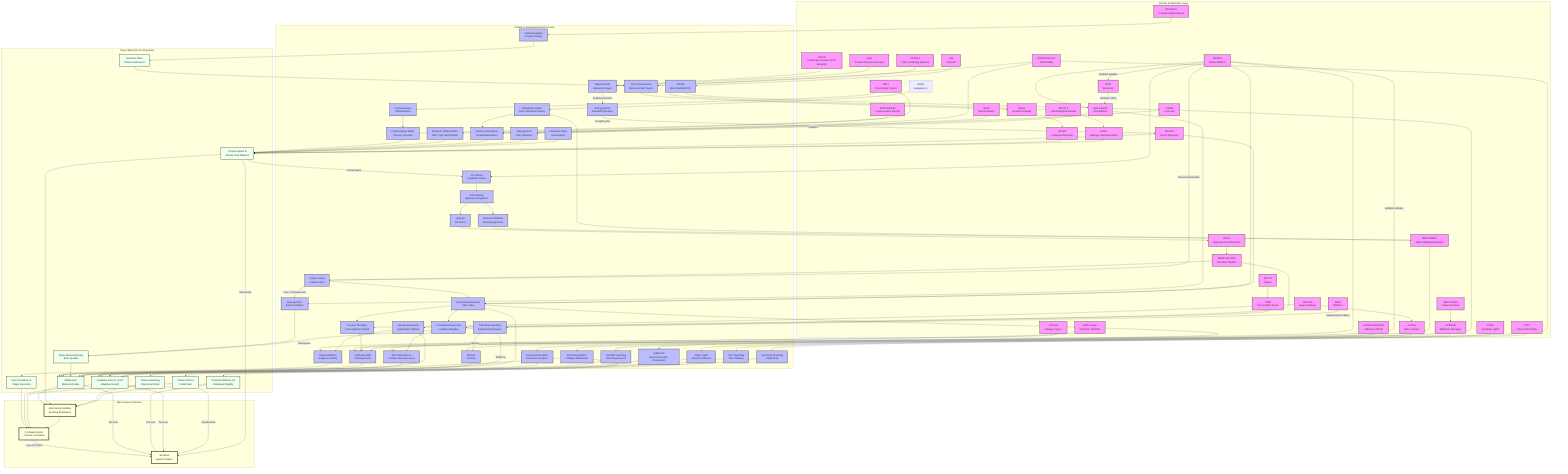
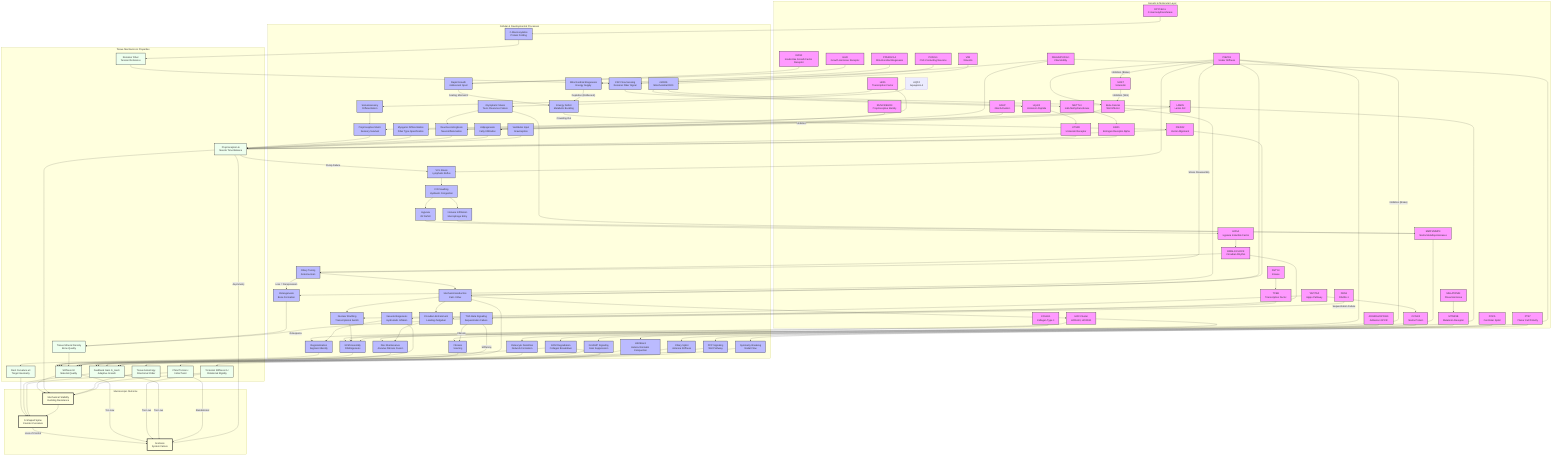
graph TD
    %% Subgraphs for Organization
    subgraph Genetics [Genetic & Molecular Layer]
        HOX[HOX Cluster<br/>HOXA10, HOXD11]
        COL[COL2A1<br/>Collagen Type II]
        PIEZO1[PIEZO1<br/>Scalar Stiffness]
        PIEZO2[PIEZO2<br/>Vector Alignment]
        CILIA[DNAH5/PKD1L1<br/>Cilia Motility]
        LBX1[LBX1<br/>Transcription Factor]
        ADGRG6[ADGRG6/GPR126<br/>Adhesion GPCR]
        PTK7[PTK7<br/>Planar Cell Polarity]
        YAP[YAP/TAZ<br/>Hippo Pathway]
        PKD2L1[PKD2L1<br/>CSF-Contacting Neurons]
        MMP[MMP1/MMP3<br/>Matrix Metalloproteinases]
        URP[Urp1/2<br/>Urotensin Peptide]
        UTS2R[UTS2R<br/>Urotensin Receptor]
        GFAP[GFAP<br/>Glial Activation]
        VIM[VIM<br/>Vimentin]
        LAMIN[LAMIN<br/>Lamin A/C]
        BMAL1[BMAL1/CLOCK<br/>Circadian Rhythm]
        RUNX3[RUNX3/EGR3<br/>Proprioceptive Identity]
        METTL3[METTL3<br/>m6A Methyltransferase]
        ESR1[ESR1<br/>Estrogen Receptor Alpha]
        AQP4[AQP4<br/>Aquaporin-4]
        MELATONIN[MELATONIN<br/>Pineal Hormone]
        MT2[MTNR1B<br/>Melatonin Receptor]
        HIF1A[HIF1A<br/>Hypoxia Inducible Factor]
        POC5[POC5<br/>Centriolar Splint]
        DSTYK[DSTYK<br/>Kinase]
        TFEB[TFEB<br/>Transcription Factor]
        Beta_Catenin[Beta-Catenin<br/>Wnt Effector]
        DPY19L1L[DPY19L1L<br/>C-mannosyltransferase]
        IGF1R[IGF1R<br/>Insulin-like Growth Factor Receptor]
        GHR[GHR<br/>Growth Hormone Receptor]
        SOST[SOST<br/>Sclerostin]
        FBN1[FBN1<br/>Fibrillin-1]
        CCN[CCN1/2<br/>Matrix Protein]
+         PPARGC1A[PPARGC1A<br/>Mitochondrial Biogenesis]
    end

    subgraph Processes [Cellular & Developmental Processes]
        Astrogliosis[Reactive Astrogliosis<br/>Neuroinflammation]
        Region[Regionalization<br/>Segment Identity]
        ECM_Assembly[ECM Assembly<br/>Fibrillogenesis]
        Nucl_Shuttle[Nuclear Shuttling<br/>Transcriptional Switch]
        Mech_Trans[Mechanotransduction<br/>Ca2+ Influx]
        Sym_Break[Symmetry Breaking<br/>Nodal Flow]
        CSF_Sensing[CSF Flow Sensing<br/>Reissner Fiber Signal]
        Neur_Diff[Somatosensory<br/>Differentiation]
        Muscle_Diff[Myogenic Differentiation<br/>Fiber Type Specification]
        Disc_Maint[Disc Maintenance<br/>Annulus Fibrosis Fusion]
        PCP_Sig[PCP Signaling<br/>Wnt Pathway]
        Degradation[ECM Degradation<br/>Collagen Breakdown]
        mtROS[mtROS<br/>Mitochondrial ROS]
        Adipogenesis[Adipogenesis<br/>Fatty Infiltration]
        Hydraulic_Congestion[IVD Swelling<br/>Hydraulic Congestion]
        Immune_Infilt[Immune Infiltration<br/>Macrophage Entry]
        Circadian_Entrain[Circadian Entrainment<br/>Loading Zeitgeber]
        Proprio_Maint[Proprioceptive Maint.<br/>Sensory Survival]
        H3K9me3[H3K9me3<br/>Heterochromatin Compaction]
        VCL_Stasis[VCL Stasis<br/>Lymphatic Reflux]
        Glymphatic_Stasis[Glymphatic Stasis<br/>Toxic Clearance Failure]
        Vestibular_Input[Vestibular Input<br/>Graviception]
        Gi_cAMP[Gi/cAMP Signaling<br/>Gain Suppression]
        Ciliary_Tuning[Ciliary Tuning<br/>Antenna Gain]
        Hypoxia[Hypoxia<br/>O2 Deficit]
        Osteogenesis[Osteogenesis<br/>Bone Formation]
        Ciliary_Splint[Ciliary Splint<br/>Antenna Stiffness]
        Vacuole_Biogenesis[Vacuole Biogenesis<br/>Hydrostatic Inflation]
        C_Mannosylation[C-Mannosylation<br/>Protein Folding]
        Rapid_Growth[Rapid Growth<br/>Adolescent Spurt]
        Energy_Deficit[Energy Deficit<br/>Metabolic Buckling]
+         mtBiogenesis[Mitochondrial Biogenesis<br/>Energy Supply]
        Fibrosis[Fibrosis<br/>Scarring]
        TGFB[TGF-Beta Signaling<br/>Sequestration Failure]
        Osteocyte_Dendrite[Osteocyte Dendrites<br/>Network Formation]
    end

    subgraph Tissue [Tissue Mechanics & Properties]
        Rest_Kappa[Rest Curvature κ0<br/>Target Geometry]
        Stiffness[Stiffness EI<br/>Material Quality]
        Torsional_Stiffness[Torsional Stiffness GJ<br/>Rotational Rigidity]
        Gain[Feedback Gain G_mech<br/>Adaptive Growth]
        Torsion[Chiral Torsion ε<br/>Initial Twist]
        Muscle_Tone[Proprioception &<br/>Muscle Tone Balance]
        Anisotropy[Tissue Anisotropy<br/>Directional Order]
        TMD[Tissue Mineral Density<br/>Bone Quality]
        Reissner_Fiber[Reissner Fiber<br/>Tension Reference]
    end

    subgraph Outcome [Macroscopic Outcome]
        S_Curve[S-Shaped Spine<br/>Counter-Curvature]
        Stability[Mechanical Stability<br/>Buckling Resistance]
        Scoliosis[Scoliosis<br/>System Failure]
    end

    %% Connections
    HOX --> Region
    Region --> Rest_Kappa
    Rest_Kappa --> S_Curve

    COL --> ECM_Assembly
    ECM_Assembly --> Stiffness
    Stiffness --> Stability

    PIEZO1 --> Mech_Trans
    PIEZO2 --> Mech_Trans
    Mech_Trans --> Gain
    Gain --> S_Curve

    %% NEW ARC: Piezo Duality (Vector-Scalar Mismatch)
    PIEZO1 --> ECM_Assembly
    PIEZO2 --> Muscle_Tone

    CILIA --> Sym_Break
    Sym_Break --> Torsion
    Torsion --> S_Curve

    LBX1 --> Neur_Diff
    LBX1 --> Muscle_Diff
    Neur_Diff --> Proprio_Maint
    Proprio_Maint --> Muscle_Tone
    Muscle_Diff --> Muscle_Tone
    Muscle_Tone --> Stability

    %% NEW ARC: Proprioceptive Maintenance
    RUNX3 --> Proprio_Maint

    %% NEW ARC: ADGRG6
    ADGRG6 --> Disc_Maint
    Disc_Maint --> Stiffness

    %% NEW ARC: PTK7
    PTK7 --> PCP_Sig
    PCP_Sig --> Anisotropy
    Anisotropy --> Stability

    %% NEW ARC: YAP/TAZ
    YAP --> Nucl_Shuttle
    Nucl_Shuttle --> ECM_Assembly
    Mech_Trans --> Nucl_Shuttle

    %% NEW ARC: Osteocyte Dendrite Cost Mechanism (Hu et al. 2025)
    YAP --> CCN
    CCN --> Osteocyte_Dendrite
    Osteocyte_Dendrite --> Gain

    %% NEW ARC: CSF/Reissner Fiber
    CILIA --> CSF_Sensing
    PKD2L1 --> CSF_Sensing
    CSF_Sensing --> URP
    URP --> UTS2R
    UTS2R --> Muscle_Tone

    %% NEW ARC: MMP Degradation
    MMP --> Degradation
    Degradation --> Stiffness

    %% NEW ARC: Neuro-Inflammatory Pathway
    CILIA --> Astrogliosis
    GFAP --> Astrogliosis
    Astrogliosis --> Muscle_Tone

    %% NEW ARC: Vimentin Metabolic Switch
    VIM --> mtROS
    mtROS --> LAMIN
    LAMIN --> Adipogenesis
    Adipogenesis --> Muscle_Tone

    %% NEW ARC: Inflamed Torsion
    Hydraulic_Congestion --> Immune_Infilt
    Immune_Infilt --> MMP
    Degradation --> Torsional_Stiffness
    Torsional_Stiffness --> Stability

    %% NEW ARC: Glymphatic Stasis
    AQP4 --> Glymphatic_Stasis
    Glymphatic_Stasis --> Astrogliosis

    %% NEW ARC: Glymphatic-MMP Axis (Chen et al., 2025)
    Glymphatic_Stasis --> MMP

    %% NEW ARC: Melatonin Gain Control
    MELATONIN --> MT2
    MT2 --> Gi_cAMP
    Gi_cAMP --> Gain

    %% NEW ARC: Vestibular Asymmetry
    Vestibular_Input --> Muscle_Tone

    %% Cross-Talk and Failures
    Stability --> S_Curve
    S_Curve -- "Loss of Control" --> Scoliosis
    Stiffness -- "Too Low" --> Scoliosis
    Torsional_Stiffness -- "Too Low" --> Scoliosis
    Gain -- "Too Low" --> Scoliosis
    Torsion -- "Randomized" --> Scoliosis
    Muscle_Tone -- "Asymmetry" --> Scoliosis

    %% Styling
    classDef gene fill:#f9f,stroke:#333,stroke-width:2px;
    classDef process fill:#bbf,stroke:#333,stroke-width:2px;
    classDef tissue fill:#efe,stroke:#333,stroke-width:2px;
    classDef outcome fill:#ffd,stroke:#333,stroke-width:4px;

    %% NEW ARC: Spinal Jetlag
    BMAL1 --> Circadian_Entrain
    Mech_Trans --> Circadian_Entrain
    Circadian_Entrain --> Disc_Maint

    %% NEW ARC: Tunable Antenna (Miyoshi et al., 2024)
    BMAL1 --> Ciliary_Tuning
    Ciliary_Tuning --> Mech_Trans

    %% NEW ARC: Epigenetic Asymmetry
    mtROS --> METTL3
    METTL3 --> ESR1
    ESR1 --> Muscle_Tone

    %% NEW ARC: Nuclear Stiffness (Scalar Senescence)
    LAMIN --> H3K9me3
    H3K9me3 --> Gain

    %% NEW ARC: Lymphatic Drainage Pathway (VCL)
    Muscle_Tone -- "Pump Failure" --> VCL_Stasis
    VCL_Stasis --> Hydraulic_Congestion

    %% NEW ARC: Hypoxic Clock Block (HIF1A)
    Hydraulic_Congestion --> Hypoxia
    Hypoxia --> HIF1A
    HIF1A --> BMAL1

    %% NEW ARC: Tension-Dependent Identity (HOX)
    Mech_Trans --> HOX
    HOX --> ECM_Assembly

    %% NEW ARC: Bone Mineralization (Ramli et al., 2024)
    %% PIEZO1 --> Osteogenesis (Replaced by BMSC Switch below)
    Osteogenesis --> TMD
    TMD --> Stiffness

    %% NEW ARC: BMSC Fate Switch (Li et al., 2023)
    PIEZO1 --> Beta_Catenin
    Beta_Catenin --> Osteogenesis
    Beta_Catenin -- "Inhibition" --> Adipogenesis

    %% NEW ARC: Centriolar Splint (POC5)
    POC5 --> Ciliary_Splint
    Ciliary_Splint --> Gain

    %% NEW ARC: Hydrostatic Skeleton (DSTYK/TFEB)
    DSTYK --> TFEB
    TFEB --> Vacuole_Biogenesis
    Vacuole_Biogenesis --> Stiffness
    Vacuole_Biogenesis --> Region

    %% NEW ARC: Piezo-Cilia Stress Lock (Chen et al., 2025)
    PIEZO1 -- "Stress Disassembly" --> Ciliary_Tuning
    Ciliary_Tuning -- "Loss = Derepression" --> Osteogenesis

    %% NEW ARC: Sweet String Pathway (DPY19L1L)
    DPY19L1L --> C_Mannosylation
    C_Mannosylation --> Reissner_Fiber
    Reissner_Fiber --> CSF_Sensing

    %% NEW ARC: Metabolic Buckling Pathway
    IGF1R --> Rapid_Growth
    GHR --> Rapid_Growth
    Rapid_Growth -- "Scaling Mismatch" --> Energy_Deficit
    Energy_Deficit -- "Crowding Out" --> PIEZO2
+     PPARGC1A --> mtBiogenesis
+     mtBiogenesis -- "Depletion (Bottleneck)" --> Energy_Deficit

    %% NEW ARC: Piezo-Lymphatic Baroreflex
    PIEZO1 --> VCL_Stasis

    %% NEW ARC: Piezo-Fibrosis Brake (Rashidi et al., 2025)
    PIEZO1 -- "Inhibition (Brake)" --> Fibrosis
    Fibrosis --> Stiffness

    %% NEW ARC: Sclerostin Brake (Vasiliadis 2021)
    PIEZO1 -- "Inhibition (Brake)" --> SOST
    SOST -- "Inhibition (Wnt)" --> Beta_Catenin

    %% NEW ARC: Fibrillin-TGFB Tether (Marfanoid Mechanism)
    FBN1 -- "Sequestration Failure" --> TGFB
    TGFB -- "Osteopenia" --> TMD
    TGFB -- "Fibrosis" --> Fibrosis
    TGFB -- "Stiffening" --> Stiffness

-     class HOX,COL,PIEZO1,PIEZO2,CILIA,LBX1,ADGRG6,PTK7,YAP,PKD2L1,MMP,URP,UTS2R,GFAP,VIM,LAMIN,BMAL1,RUNX3,METTL3,ESR1,MELATONIN,MT2,HIF1A,POC5,DSTYK,TFEB,Beta_Catenin,DPY19L1L,IGF1R,GHR,SOST,FBN1,CCN gene;
-     class Region,ECM_Assembly,Mech_Trans,Sym_Break,Neur_Diff,Muscle_Diff,Disc_Maint,PCP_Sig,Nucl_Shuttle,CSF_Sensing,Degradation,Astrogliosis,mtROS,Adipogenesis,Hydraulic_Congestion,Immune_Infilt,Circadian_Entrain,Proprio_Maint,H3K9me3,VCL_Stasis,Glymphatic_Stasis,Vestibular_Input,Gi_cAMP,Ciliary_Tuning,Hypoxia,Osteogenesis,Ciliary_Splint,Vacuole_Biogenesis,C_Mannosylation,Rapid_Growth,Energy_Deficit,Fibrosis,TGFB,Osteocyte_Dendrite process;
+     class HOX,COL,PIEZO1,PIEZO2,CILIA,LBX1,ADGRG6,PTK7,YAP,PKD2L1,MMP,URP,UTS2R,GFAP,VIM,LAMIN,BMAL1,RUNX3,METTL3,ESR1,MELATONIN,MT2,HIF1A,POC5,DSTYK,TFEB,Beta_Catenin,DPY19L1L,IGF1R,GHR,SOST,FBN1,CCN,PPARGC1A gene;
+     class Region,ECM_Assembly,Mech_Trans,Sym_Break,Neur_Diff,Muscle_Diff,Disc_Maint,PCP_Sig,Nucl_Shuttle,CSF_Sensing,Degradation,Astrogliosis,mtROS,Adipogenesis,Hydraulic_Congestion,Immune_Infilt,Circadian_Entrain,Proprio_Maint,H3K9me3,VCL_Stasis,Glymphatic_Stasis,Vestibular_Input,Gi_cAMP,Ciliary_Tuning,Hypoxia,Osteogenesis,Ciliary_Splint,Vacuole_Biogenesis,C_Mannosylation,Rapid_Growth,Energy_Deficit,mtBiogenesis,Fibrosis,TGFB,Osteocyte_Dendrite process;
    class Rest_Kappa,Stiffness,Torsional_Stiffness,Gain,Torsion,Muscle_Tone,Anisotropy,TMD,Reissner_Fiber tissue;
    class S_Curve,Stability,Scoliosis outcome;
